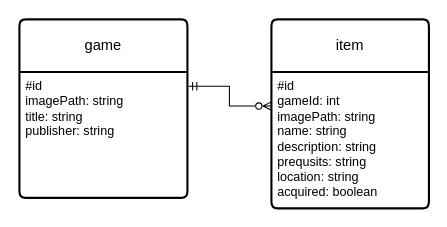
This is page "ER-Model" (1 of 2) of docs/PME_Diagramms.drawio from HenningCV/PME_Collector, a draw.io file, before an edit. Source tidied: cells renumbered, new cells numbered last; positions are measured from the earlier drawing's top-left corner, leaving out a move shared by most shapes. Both pictures are drawn from the tidied source at 105%, with x=0, y=0 at pixel (19, 19).
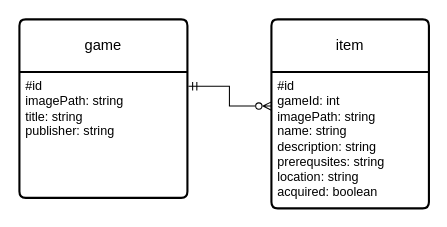
The same diagram, later.

Commit message:
correcting spelling

Change to the diagram source:
```diff
@@
 <mxGraphModel>
   <root>
     <mxCell id="0" />
     <mxCell id="1" parent="0" />
     <mxCell id="2" value="game" style="swimlane;horizontal=1;startSize=50;rounded=1;fontSize=14;fontStyle=0;strokeWidth=2;shadow=0;dashed=0;align=center;arcSize=4;whiteSpace=wrap;html=1;" parent="1" vertex="1">
       <mxGeometry width="160" height="170" as="geometry" />
     </mxCell>
     <mxCell id="3" value="#id&lt;br&gt;imagePath: string&lt;br&gt;title: string&lt;br&gt;publisher: string&lt;br&gt;" style="align=left;strokeColor=none;fillColor=none;spacingLeft=4;fontSize=12;verticalAlign=top;html=1;" parent="2" vertex="1">
       <mxGeometry y="50" width="160" height="120" as="geometry" />
     </mxCell>
     <mxCell id="4" value="item" style="swimlane;horizontal=1;startSize=50;rounded=1;fontSize=14;fontStyle=0;strokeWidth=2;shadow=0;dashed=0;align=center;arcSize=4;whiteSpace=wrap;html=1;" parent="1" vertex="1">
       <mxGeometry x="240" width="150" height="180" as="geometry" />
     </mxCell>
-    <mxCell id="5" value="#id&amp;nbsp;&lt;br&gt;gameId: int&lt;br&gt;imagePath: string&lt;br&gt;name: string&lt;br&gt;description: string&lt;br&gt;prequsits: string&lt;br&gt;location: string&lt;br&gt;acquired: boolean" style="align=left;strokeColor=none;fillColor=none;spacingLeft=4;fontSize=12;verticalAlign=top;html=1;" parent="4" vertex="1">
+    <mxCell id="5" value="#id&amp;nbsp;&lt;br&gt;gameId: int&lt;br&gt;imagePath: string&lt;br&gt;name: string&lt;br&gt;description: string&lt;br&gt;prerequsites: string&lt;br&gt;location: string&lt;br&gt;acquired: boolean" style="align=left;strokeColor=none;fillColor=none;spacingLeft=4;fontSize=12;verticalAlign=top;html=1;" parent="4" vertex="1">
       <mxGeometry y="50" width="150" height="130" as="geometry" />
     </mxCell>
     <mxCell id="6" style="edgeStyle=orthogonalEdgeStyle;rounded=0;jettySize=auto;html=1;exitX=0;exitY=0.25;exitDx=0;exitDy=0;entryX=1.006;entryY=0.114;entryDx=0;entryDy=0;entryPerimeter=0;endArrow=ERmandOne;endFill=0;startArrow=ERzeroToMany;startFill=0;" parent="1" edge="1" source="5" target="3">
       <mxGeometry relative="1" as="geometry" />
     </mxCell>
   </root>
 </mxGraphModel>
```
